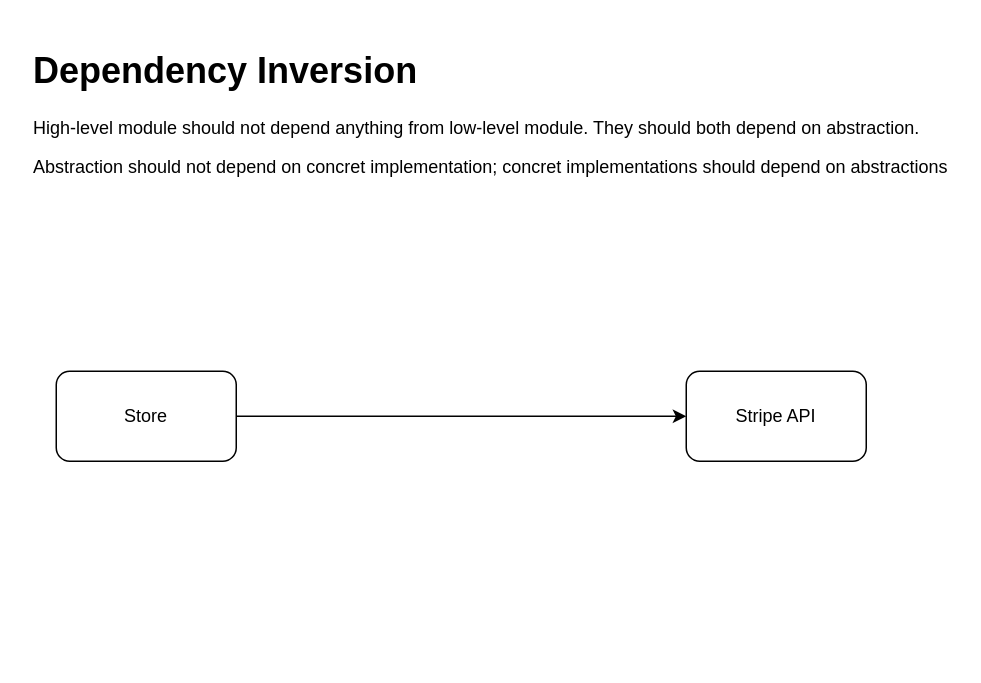
Earlier version of the draw.io diagram Diagram/Diagram.drawio (sithwin/solid-example). Source tidied: cells renumbered, new cells numbered last; positions are measured from the earlier drawing's top-left corner, leaving out a move shared by most shapes. Both pictures are drawn from the tidied source at 150%, with x=0, y=0 at pixel (26, 40).
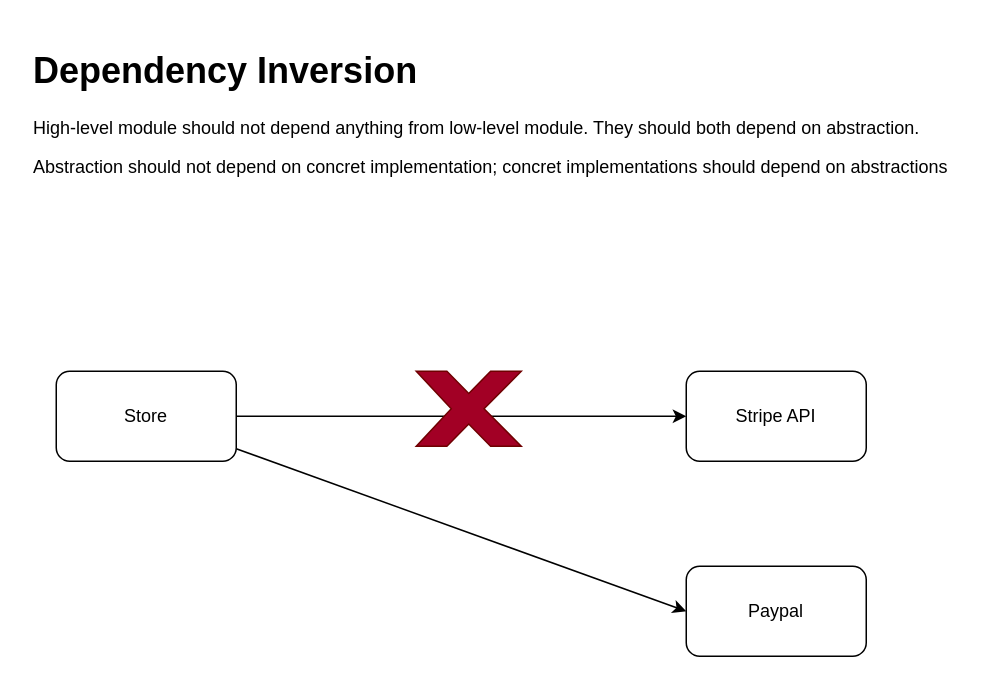
Above is the later version.

Commit message (it also covers changes not shown here):
use paypal

What changed in the source:
```diff
@@
 <mxGraphModel>
   <root>
     <mxCell id="0" />
     <mxCell id="1" parent="0" />
     <mxCell id="2" style="edgeStyle=none;html=1;" parent="1" edge="1" source="3" target="4">
       <mxGeometry relative="1" as="geometry" />
     </mxCell>
+    <mxCell id="6" style="edgeStyle=none;html=1;entryX=0;entryY=0.5;entryDx=0;entryDy=0;" parent="1" edge="1" source="3" target="7">
+      <mxGeometry relative="1" as="geometry" />
+    </mxCell>
     <mxCell id="3" value="Store" style="rounded=1;whiteSpace=wrap;html=1;" parent="1" vertex="1">
       <mxGeometry x="20" y="220" width="120" height="60" as="geometry" />
     </mxCell>
     <mxCell id="4" value="Stripe API" style="whiteSpace=wrap;html=1;rounded=1;" parent="1" vertex="1">
       <mxGeometry x="440" y="220" width="120" height="60" as="geometry" />
     </mxCell>
     <mxCell id="5" value="&lt;h1&gt;Dependency Inversion&lt;/h1&gt;&lt;p&gt;High-level module should not depend anything from low-level module. They should both depend on abstraction.&lt;/p&gt;&lt;p&gt;Abstraction should not depend on concret implementation; concret implementations should depend on abstractions&lt;/p&gt;" style="text;html=1;strokeColor=none;fillColor=none;spacing=5;spacingTop=-20;whiteSpace=wrap;overflow=hidden;rounded=0;" parent="1" vertex="1">
       <mxGeometry width="620" height="120" as="geometry" />
     </mxCell>
+    <mxCell id="7" value="Paypal" style="rounded=1;whiteSpace=wrap;html=1;" parent="1" vertex="1">
+      <mxGeometry x="440" y="350" width="120" height="60" as="geometry" />
+    </mxCell>
+    <mxCell id="8" style="verticalLabelPosition=bottom;verticalAlign=top;html=1;shape=mxgraph.basic.x;fillColor=#a20025;fontColor=#ffffff;strokeColor=#6F0000;" parent="1" vertex="1">
+      <mxGeometry x="260" y="220" width="70" height="50" as="geometry" />
+    </mxCell>
   </root>
 </mxGraphModel>
```
